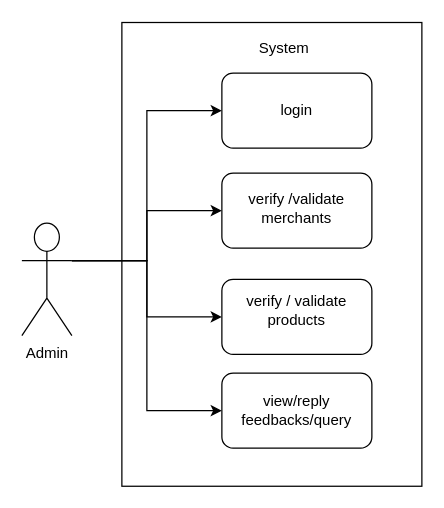
Above: page "Page-2" (2 of 2) of amazon_admin.drawio in MohitBurkule/uml-diagrams (draw.io), before the change. Source tidied: cells renumbered, new cells numbered last; positions are measured from the earlier drawing's top-left corner, leaving out a move shared by most shapes. Both pictures are drawn from the tidied source at 125%, with x=0, y=0 at pixel (21, 22).
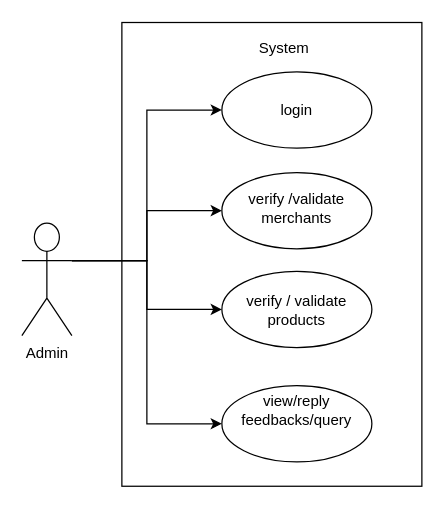
Above is the later version.

Change to the diagram source:
```diff
@@
 <mxGraphModel>
   <root>
     <mxCell id="0" />
     <mxCell id="1" parent="0" />
     <mxCell id="2" style="rounded=0;whiteSpace=wrap;html=1;" parent="1" vertex="1">
       <mxGeometry x="80" y="-0.5" width="240" height="371" as="geometry" />
     </mxCell>
-    <mxCell id="3" style="edgeStyle=orthogonalEdgeStyle;rounded=0;jettySize=auto;html=1;exitX=1;exitY=0.3333333333333333;exitDx=0;exitDy=0;exitPerimeter=0;entryX=0;entryY=0.5;entryDx=0;entryDy=0;" parent="1" edge="1" source="7" target="8">
-      <mxGeometry relative="1" as="geometry" />
-    </mxCell>
-    <mxCell id="4" style="edgeStyle=orthogonalEdgeStyle;rounded=0;jettySize=auto;html=1;exitX=1;exitY=0.3333333333333333;exitDx=0;exitDy=0;exitPerimeter=0;entryX=0;entryY=0.5;entryDx=0;entryDy=0;" parent="1" edge="1" source="7" target="9">
-      <mxGeometry relative="1" as="geometry" />
-    </mxCell>
-    <mxCell id="5" style="edgeStyle=orthogonalEdgeStyle;rounded=0;jettySize=auto;html=1;exitX=1;exitY=0.3333333333333333;exitDx=0;exitDy=0;exitPerimeter=0;entryX=0;entryY=0.5;entryDx=0;entryDy=0;" parent="1" edge="1" source="7" target="10">
-      <mxGeometry relative="1" as="geometry" />
-    </mxCell>
-    <mxCell id="6" style="edgeStyle=orthogonalEdgeStyle;rounded=0;jettySize=auto;html=1;exitX=1;exitY=0.3333333333333333;exitDx=0;exitDy=0;exitPerimeter=0;entryX=0;entryY=0.5;entryDx=0;entryDy=0;" parent="1" edge="1" source="7" target="11">
-      <mxGeometry relative="1" as="geometry" />
-    </mxCell>
+    <mxCell id="17" style="ellipse;whiteSpace=wrap;html=1;" parent="1" vertex="1">
+      <mxGeometry x="160" y="290" width="120" height="61" as="geometry" />
+    </mxCell>
+    <mxCell id="18" style="ellipse;whiteSpace=wrap;html=1;" parent="1" vertex="1">
+      <mxGeometry x="160" y="198.5" width="120" height="61" as="geometry" />
+    </mxCell>
+    <mxCell id="19" style="ellipse;whiteSpace=wrap;html=1;" parent="1" vertex="1">
+      <mxGeometry x="160" y="119.5" width="120" height="61" as="geometry" />
+    </mxCell>
+    <mxCell id="20" style="ellipse;whiteSpace=wrap;html=1;" parent="1" vertex="1">
+      <mxGeometry x="160" y="39" width="120" height="61" as="geometry" />
+    </mxCell>
+    <mxCell id="21" style="edgeStyle=orthogonalEdgeStyle;rounded=0;jettySize=auto;html=1;exitX=1;exitY=0.3333333333333333;exitDx=0;exitDy=0;exitPerimeter=0;entryX=0;entryY=0.5;entryDx=0;entryDy=0;" parent="1" edge="1" source="7" target="20">
+      <mxGeometry relative="1" as="geometry" />
+    </mxCell>
+    <mxCell id="22" style="edgeStyle=orthogonalEdgeStyle;rounded=0;jettySize=auto;html=1;exitX=1;exitY=0.3333333333333333;exitDx=0;exitDy=0;exitPerimeter=0;entryX=0;entryY=0.5;entryDx=0;entryDy=0;" parent="1" edge="1" source="7" target="19">
+      <mxGeometry relative="1" as="geometry" />
+    </mxCell>
+    <mxCell id="23" style="edgeStyle=orthogonalEdgeStyle;rounded=0;jettySize=auto;html=1;exitX=1;exitY=0.3333333333333333;exitDx=0;exitDy=0;exitPerimeter=0;entryX=0;entryY=0.5;entryDx=0;entryDy=0;" parent="1" edge="1" source="7" target="18">
+      <mxGeometry relative="1" as="geometry" />
+    </mxCell>
+    <mxCell id="24" style="edgeStyle=orthogonalEdgeStyle;rounded=0;jettySize=auto;html=1;exitX=1;exitY=0.3333333333333333;exitDx=0;exitDy=0;exitPerimeter=0;entryX=0;entryY=0.5;entryDx=0;entryDy=0;" parent="1" edge="1" source="7" target="17">
+      <mxGeometry relative="1" as="geometry" />
+    </mxCell>
     <mxCell id="7" value="Admin" style="shape=umlActor;verticalLabelPosition=bottom;labelBackgroundColor=#ffffff;verticalAlign=top;html=1;" parent="1" vertex="1">
       <mxGeometry y="160" width="40" height="90" as="geometry" />
     </mxCell>
-    <mxCell id="8" style="rounded=1;whiteSpace=wrap;html=1;" parent="1" vertex="1">
-      <mxGeometry x="160" y="40" width="120" height="60" as="geometry" />
-    </mxCell>
-    <mxCell id="9" style="rounded=1;whiteSpace=wrap;html=1;" parent="1" vertex="1">
-      <mxGeometry x="160" y="120" width="120" height="60" as="geometry" />
-    </mxCell>
-    <mxCell id="10" style="rounded=1;whiteSpace=wrap;html=1;" parent="1" vertex="1">
-      <mxGeometry x="160" y="205" width="120" height="60" as="geometry" />
-    </mxCell>
-    <mxCell id="11" style="rounded=1;whiteSpace=wrap;html=1;" parent="1" vertex="1">
-      <mxGeometry x="160" y="280" width="120" height="60" as="geometry" />
-    </mxCell>
     <mxCell id="12" value="login" style="text;html=1;strokeColor=none;fillColor=none;align=center;verticalAlign=middle;whiteSpace=wrap;rounded=0;" parent="1" vertex="1">
       <mxGeometry x="170" y="50" width="100" height="40" as="geometry" />
     </mxCell>
     <mxCell id="13" value="verify / validate products" style="text;html=1;strokeColor=none;fillColor=none;align=center;verticalAlign=middle;whiteSpace=wrap;rounded=0;" parent="1" vertex="1">
       <mxGeometry x="170" y="210" width="100" height="40" as="geometry" />
     </mxCell>
     <mxCell id="14" value="verify /validate merchants" style="text;html=1;strokeColor=none;fillColor=none;align=center;verticalAlign=middle;whiteSpace=wrap;rounded=0;" parent="1" vertex="1">
       <mxGeometry x="170" y="127.5" width="100" height="40" as="geometry" />
     </mxCell>
     <mxCell id="15" value="view/reply feedbacks/query" style="text;html=1;strokeColor=none;fillColor=none;align=center;verticalAlign=middle;whiteSpace=wrap;rounded=0;" parent="1" vertex="1">
       <mxGeometry x="170" y="290" width="100" height="40" as="geometry" />
     </mxCell>
     <mxCell id="16" value="System" style="text;html=1;strokeColor=none;fillColor=none;align=center;verticalAlign=middle;whiteSpace=wrap;rounded=0;" parent="1" vertex="1">
       <mxGeometry x="190" y="10" width="40" height="20" as="geometry" />
     </mxCell>
   </root>
 </mxGraphModel>
```
